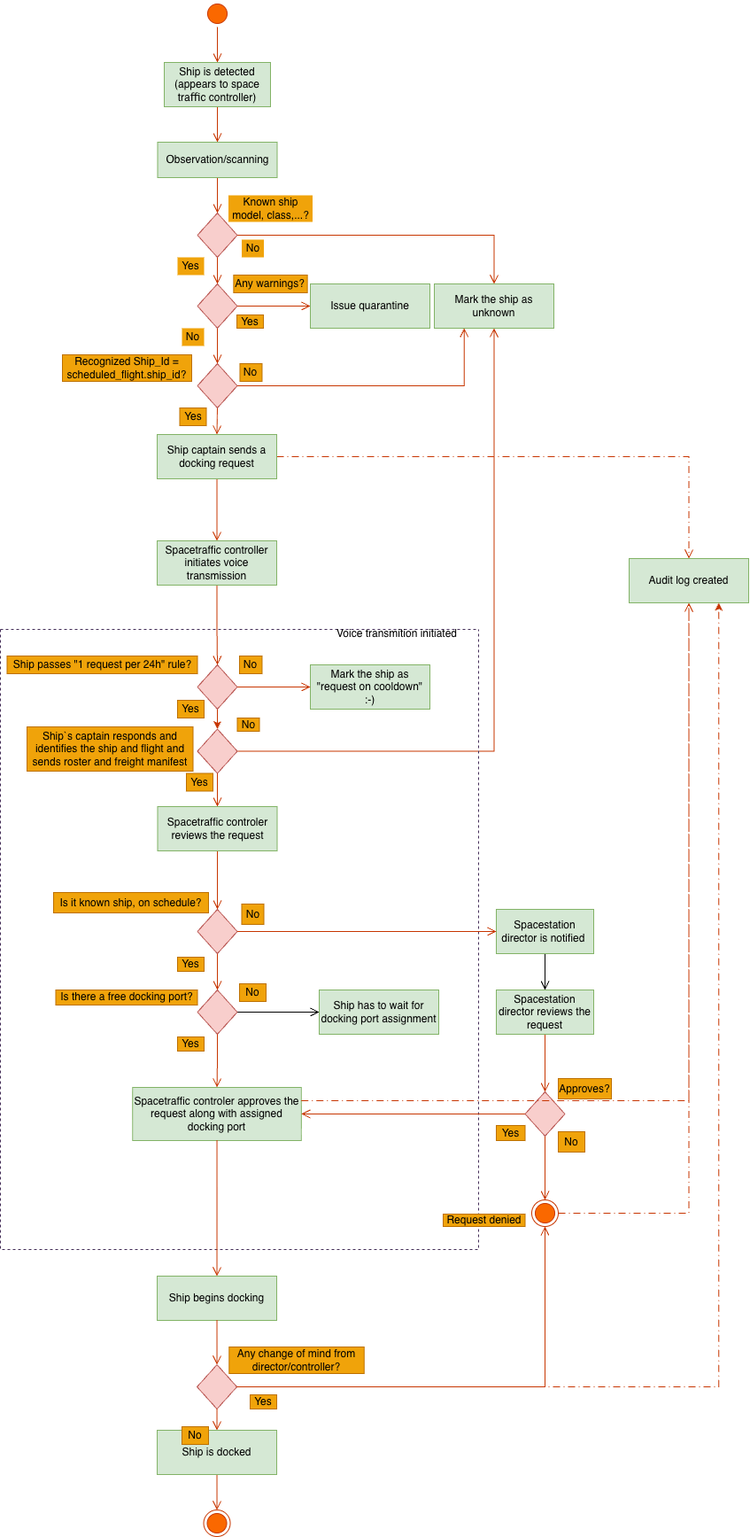
The draw.io diagram Spacedock_BPMN.drawio.png in Casual159/SpaceDock-home-assignment, before a commit. Source tidied: cells renumbered, new cells last; positions are measured from the earlier drawing's top-left corner, leaving out a move shared by most shapes.
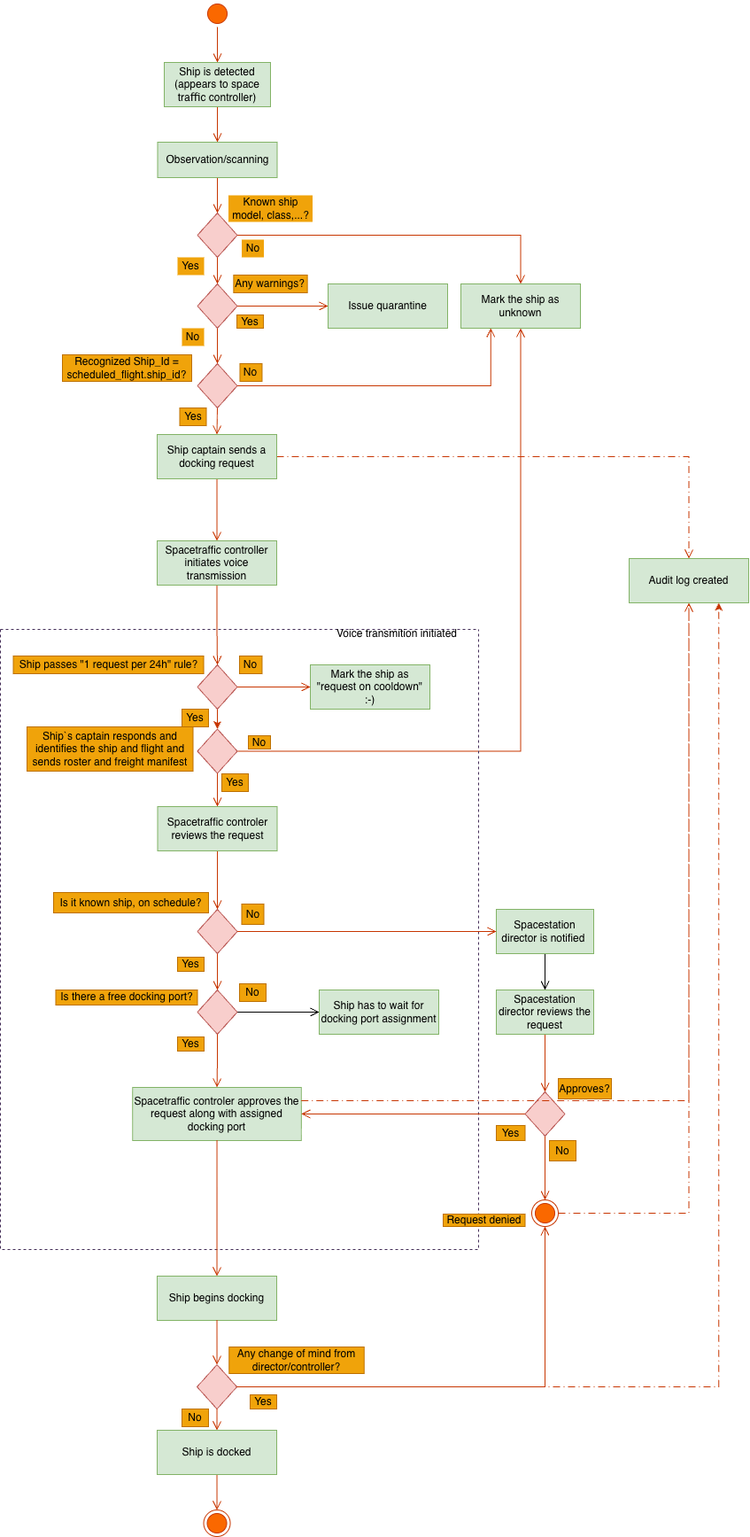
Later version of the same file.

The edit, as a diff of the source:
```diff
@@ -39,7 +39,7 @@
       <mxGeometry x="200" y="290" width="30" height="20" as="geometry" />
     </mxCell>
     <mxCell id="14" value="Mark the ship as unknown" style="rounded=0;whiteSpace=wrap;html=1;fontFamily=Helvetica;fontSize=12;labelBackgroundColor=none;fillColor=#d5e8d4;strokeColor=#82b366;" parent="1" vertex="1">
-      <mxGeometry x="490" y="320" width="135" height="50" as="geometry" />
+      <mxGeometry x="520" y="320" width="135" height="50" as="geometry" />
     </mxCell>
     <mxCell id="15" style="edgeStyle=orthogonalEdgeStyle;shape=connector;rounded=0;jettySize=auto;html=1;exitX=1;exitY=0.5;exitDx=0;exitDy=0;entryX=0;entryY=0.5;entryDx=0;entryDy=0;align=center;verticalAlign=bottom;fontFamily=Helvetica;fontSize=12;fontColor=default;labelBackgroundColor=none;endArrow=open;endSize=8;fillColor=#fa6800;strokeColor=#C73500;" parent="1" edge="1" source="17" target="20">
       <mxGeometry relative="1" as="geometry" />
@@ -57,7 +57,7 @@
       <mxGeometry x="272.5" y="270" width="25" height="20" as="geometry" />
     </mxCell>
     <mxCell id="20" value="Issue quarantine" style="rounded=0;whiteSpace=wrap;html=1;fontFamily=Helvetica;fontSize=12;labelBackgroundColor=none;fillColor=#d5e8d4;strokeColor=#82b366;" parent="1" vertex="1">
-      <mxGeometry x="350" y="320" width="135" height="50" as="geometry" />
+      <mxGeometry x="370" y="320" width="135" height="50" as="geometry" />
     </mxCell>
     <mxCell id="21" value="Yes" style="text;html=1;whiteSpace=wrap;align=center;verticalAlign=middle;rounded=0;fontFamily=Helvetica;fontSize=12;labelBackgroundColor=none;fillColor=#f0a30a;fontColor=#000000;strokeColor=#BD7000;" parent="1" vertex="1">
       <mxGeometry x="267" y="355" width="30" height="15" as="geometry" />
@@ -69,7 +69,7 @@
       <mxGeometry x="367.5" y="-10" width="160" height="30" as="geometry" />
     </mxCell>
     <mxCell id="24" value="Yes" style="text;html=1;whiteSpace=wrap;align=center;verticalAlign=middle;rounded=0;fontFamily=Helvetica;fontSize=12;labelBackgroundColor=none;fillColor=#f0a30a;fontColor=#000000;strokeColor=#BD7000;" parent="22" vertex="1">
-      <mxGeometry x="210" y="162.5" width="30" height="20" as="geometry" />
+      <mxGeometry x="250" y="163" width="30" height="20" as="geometry" />
     </mxCell>
     <mxCell id="25" style="edgeStyle=orthogonalEdgeStyle;shape=connector;rounded=0;jettySize=auto;html=1;exitX=0.5;exitY=1;exitDx=0;exitDy=0;entryX=0.5;entryY=0;entryDx=0;entryDy=0;align=center;verticalAlign=bottom;fontFamily=Helvetica;fontSize=12;fontColor=default;labelBackgroundColor=none;endArrow=open;endSize=8;fillColor=#fa6800;strokeColor=#C73500;" parent="22" edge="1" source="26" target="30">
       <mxGeometry relative="1" as="geometry" />
@@ -81,7 +81,7 @@
       <mxGeometry x="30" y="110" width="187.5" height="50" as="geometry" />
     </mxCell>
     <mxCell id="28" value="No" style="text;html=1;whiteSpace=wrap;align=center;verticalAlign=middle;rounded=0;fontFamily=Helvetica;fontSize=12;labelBackgroundColor=none;fillColor=#f0a30a;fontColor=#000000;strokeColor=#BD7000;" parent="22" vertex="1">
-      <mxGeometry x="267.5" y="100" width="25" height="15" as="geometry" />
+      <mxGeometry x="280" y="120" width="25" height="15" as="geometry" />
     </mxCell>
     <mxCell id="29" style="edgeStyle=orthogonalEdgeStyle;shape=connector;rounded=0;jettySize=auto;html=1;exitX=0.5;exitY=1;exitDx=0;exitDy=0;entryX=0.5;entryY=0;entryDx=0;entryDy=0;align=center;verticalAlign=bottom;fontFamily=Helvetica;fontSize=12;fontColor=default;labelBackgroundColor=none;endArrow=open;endSize=8;fillColor=#fa6800;strokeColor=#C73500;" parent="22" edge="1" source="30" target="32">
       <mxGeometry relative="1" as="geometry" />
@@ -155,9 +155,6 @@
     <mxCell id="52" value="Yes" style="text;html=1;whiteSpace=wrap;align=center;verticalAlign=middle;rounded=0;fontFamily=Helvetica;fontSize=12;labelBackgroundColor=none;fillColor=#f0a30a;fontColor=#000000;strokeColor=#BD7000;" parent="22" vertex="1">
       <mxGeometry x="560" y="560" width="32.5" height="17" as="geometry" />
     </mxCell>
-    <mxCell id="53" value="No" style="text;html=1;whiteSpace=wrap;align=center;verticalAlign=middle;rounded=0;fontFamily=Helvetica;fontSize=12;labelBackgroundColor=none;fillColor=#f0a30a;fontColor=#000000;strokeColor=#BD7000;" parent="22" vertex="1">
-      <mxGeometry x="630" y="567" width="30" height="23" as="geometry" />
-    </mxCell>
     <mxCell id="54" style="ellipse;html=1;shape=endState;fontFamily=Helvetica;fontSize=12;labelBackgroundColor=none;fillColor=#fa6800;fontColor=#000000;strokeColor=#C73500;" parent="22" vertex="1">
       <mxGeometry x="600" y="644" width="30" height="30" as="geometry" />
     </mxCell>
@@ -179,6 +176,12 @@
     <mxCell id="60" value="Mark the ship as &quot;request on cooldown&quot; :-)" style="rounded=0;whiteSpace=wrap;html=1;fontFamily=Helvetica;fontSize=12;labelBackgroundColor=none;fillColor=#d5e8d4;strokeColor=#82b366;" parent="22" vertex="1">
       <mxGeometry x="350" y="40" width="135" height="50" as="geometry" />
     </mxCell>
+    <mxCell id="71" value="Yes" style="text;html=1;whiteSpace=wrap;align=center;verticalAlign=middle;rounded=0;fontFamily=Helvetica;fontSize=12;labelBackgroundColor=none;fillColor=#f0a30a;fontColor=#000000;strokeColor=#BD7000;" parent="22" vertex="1">
+      <mxGeometry x="205" y="90" width="30" height="20" as="geometry" />
+    </mxCell>
+    <mxCell id="73" value="Ship passes &quot;1 request per 24h&quot; rule?" style="text;html=1;whiteSpace=wrap;align=center;verticalAlign=middle;rounded=0;fontFamily=Helvetica;fontSize=12;labelBackgroundColor=none;fillColor=#f0a30a;fontColor=#000000;strokeColor=#BD7000;" parent="22" vertex="1">
+      <mxGeometry x="14.5" y="30" width="215" height="20" as="geometry" />
+    </mxCell>
     <mxCell id="61" style="edgeStyle=orthogonalEdgeStyle;shape=connector;rounded=0;jettySize=auto;html=1;align=center;verticalAlign=bottom;fontFamily=Helvetica;fontSize=12;fontColor=default;labelBackgroundColor=none;endArrow=open;endSize=8;dashed=1;dashPattern=8 4 1 4;fillColor=#fa6800;strokeColor=#C73500;" parent="1" edge="1" source="63" target="76">
       <mxGeometry relative="1" as="geometry" />
     </mxCell>
@@ -211,15 +214,9 @@
     <mxCell id="70" style="rhombus;whiteSpace=wrap;html=1;fontFamily=Helvetica;fontSize=12;labelBackgroundColor=none;fillColor=#f8cecc;strokeColor=#b85450;" parent="1" vertex="1">
       <mxGeometry x="222.5" y="750" width="45" height="50" as="geometry" />
     </mxCell>
-    <mxCell id="71" value="Yes" style="text;html=1;whiteSpace=wrap;align=center;verticalAlign=middle;rounded=0;fontFamily=Helvetica;fontSize=12;labelBackgroundColor=none;fillColor=#f0a30a;fontColor=#000000;strokeColor=#BD7000;" parent="1" vertex="1">
-      <mxGeometry x="200" y="790" width="30" height="20" as="geometry" />
-    </mxCell>
     <mxCell id="72" value="No" style="text;html=1;whiteSpace=wrap;align=center;verticalAlign=middle;rounded=0;fontFamily=Helvetica;fontSize=12;labelBackgroundColor=none;fillColor=#f0a30a;fontColor=#000000;strokeColor=#BD7000;" parent="1" vertex="1">
       <mxGeometry x="270" y="740" width="25.5" height="20" as="geometry" />
     </mxCell>
-    <mxCell id="73" value="Ship passes &quot;1 request per 24h&quot; rule?" style="text;html=1;whiteSpace=wrap;align=center;verticalAlign=middle;rounded=0;fontFamily=Helvetica;fontSize=12;labelBackgroundColor=none;fillColor=#f0a30a;fontColor=#000000;strokeColor=#BD7000;" parent="1" vertex="1">
-      <mxGeometry x="7.5" y="740" width="215" height="20" as="geometry" />
-    </mxCell>
     <mxCell id="74" value="Yes" style="text;html=1;whiteSpace=wrap;align=center;verticalAlign=middle;rounded=0;fontFamily=Helvetica;fontSize=12;labelBackgroundColor=none;fillColor=#f0a30a;fontColor=#000000;strokeColor=#BD7000;" parent="1" vertex="1">
       <mxGeometry x="202.5" y="460" width="30" height="20" as="geometry" />
     </mxCell>
@@ -272,7 +269,10 @@
       <mxGeometry x="282" y="1574" width="30" height="16" as="geometry" />
     </mxCell>
     <mxCell id="91" value="No" style="text;html=1;whiteSpace=wrap;align=center;verticalAlign=middle;rounded=0;fontFamily=Helvetica;fontSize=12;labelBackgroundColor=none;fillColor=#f0a30a;fontColor=#000000;strokeColor=#BD7000;" parent="1" vertex="1">
-      <mxGeometry x="205" y="1610" width="30" height="20" as="geometry" />
+      <mxGeometry x="205" y="1590" width="30" height="20" as="geometry" />
     </mxCell>
+    <mxCell id="53" value="No" style="text;html=1;whiteSpace=wrap;align=center;verticalAlign=middle;rounded=0;fontFamily=Helvetica;fontSize=12;labelBackgroundColor=none;fillColor=#f0a30a;fontColor=#000000;strokeColor=#BD7000;" parent="1" vertex="1">
+      <mxGeometry x="620" y="1287" width="30" height="23" as="geometry" />
+    </mxCell>
   </root>
 </mxGraphModel>
```
